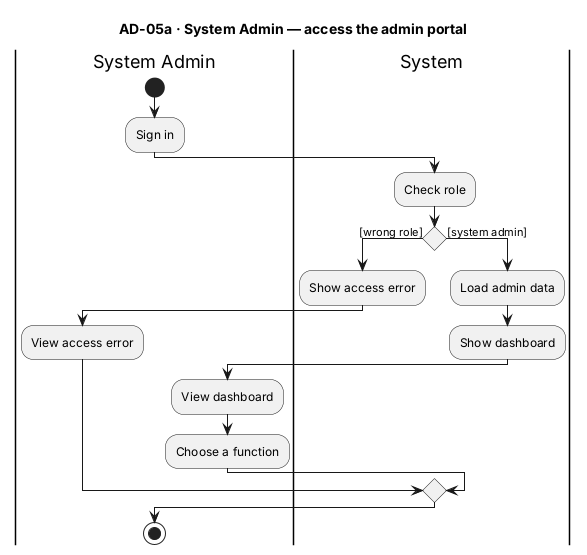
The PlantUML diagram reports/master/figures/AD-05a_SystemAdmin_AccessPortal.png in The-Golden-Trio/Capstone-Project, before a commit. Its diagram source:
```plantuml
@startuml AD-05a_SystemAdmin_AccessPortal
title AD-05a · System Admin — access the admin portal

|System Admin|
|System|

|System Admin|
start
:Sign in;
|System|
:Check role;
if () then ([wrong role])
  :Show access error;
  |System Admin|
  :View access error;
else ([system admin])
  |System|
  :Load admin data;
  :Show dashboard;
  |System Admin|
  :View dashboard;
  :Choose a function;
endif
stop
@enduml
```
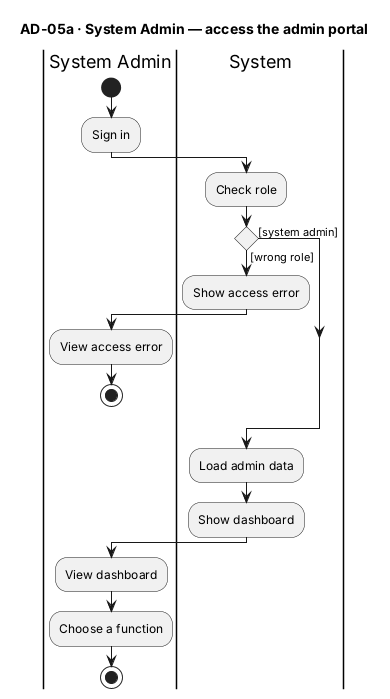
After the change.

Change to the diagram source:
```diff
@@ -13,13 +13,14 @@
   :Show access error;
   |System Admin|
   :View access error;
+  stop
 else ([system admin])
-  |System|
-  :Load admin data;
-  :Show dashboard;
-  |System Admin|
-  :View dashboard;
-  :Choose a function;
 endif
+|System|
+:Load admin data;
+:Show dashboard;
+|System Admin|
+:View dashboard;
+:Choose a function;
 stop
 @enduml
```
